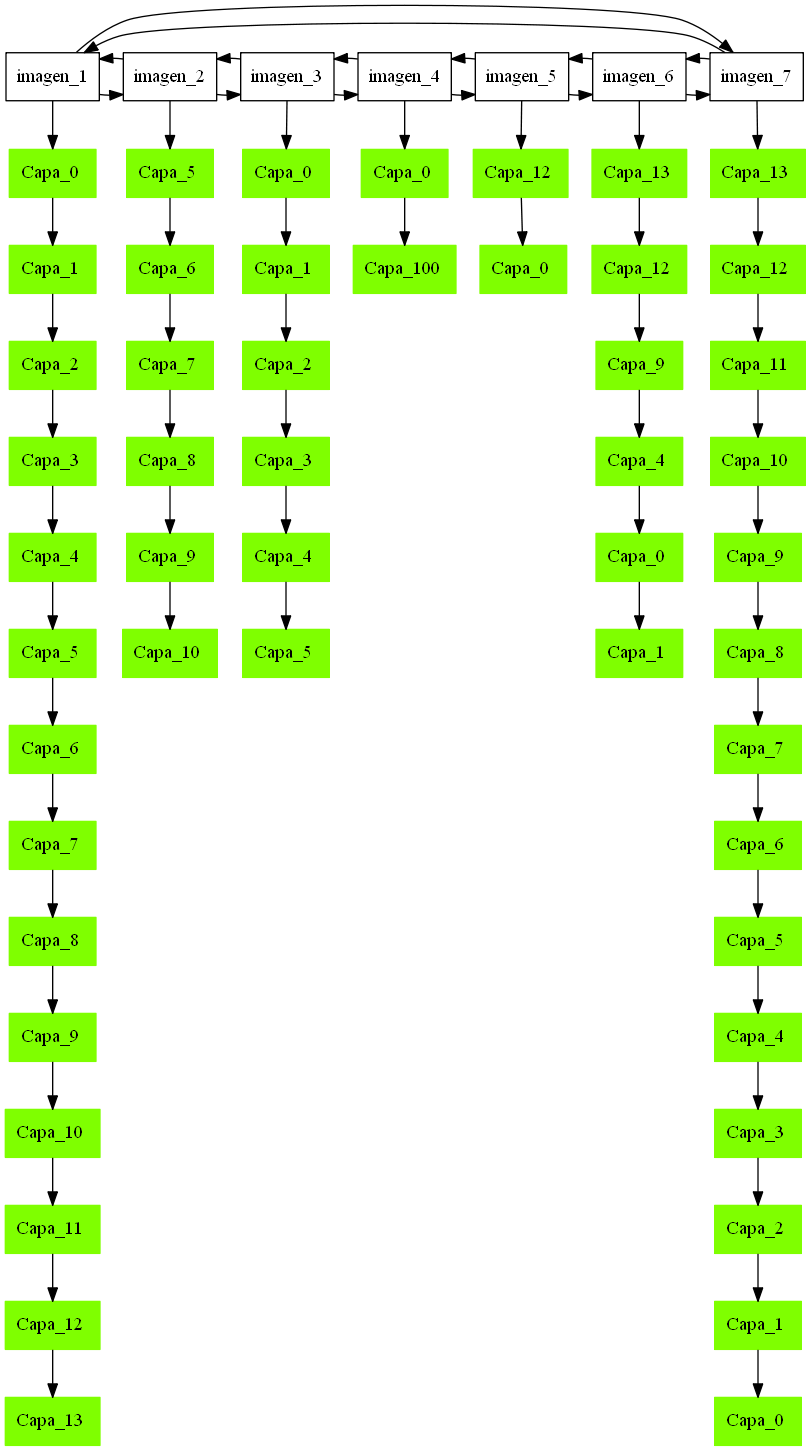
Earlier version of the Graphviz export [EDD]Proyecto1_201603127/Circular_Doble.png (Cascarus/-EDD-Proyecto1_201603127). Its source is kept beside it as [EDD]Proyecto1_201603127/Circular_doble.dot.
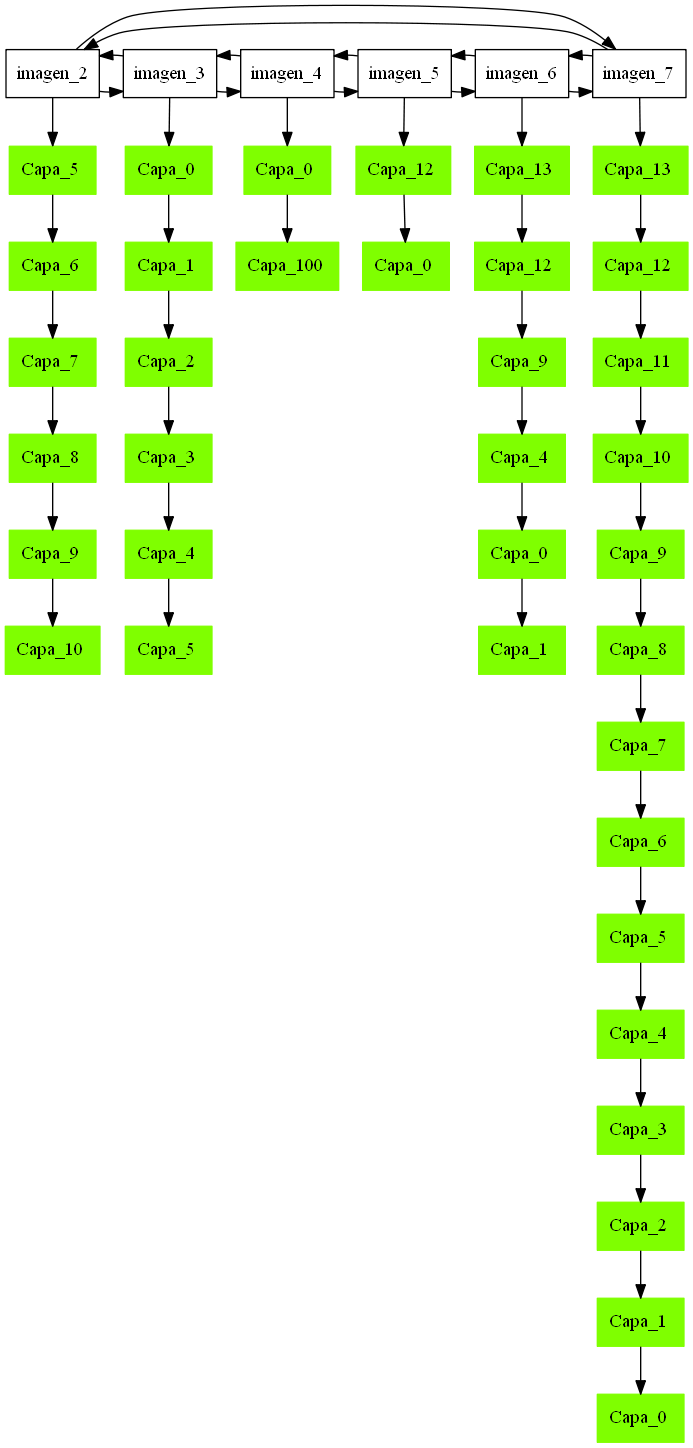
The same diagram one commit later.

Commit message:
Eliminaion de imagenes en usuarios y en la doble

The edit, as a diff of the source:
```diff
@@ -1,8 +1,5 @@
 digraph G {
 	node [shape=record,width=.9,height=.5];
-	Node1->Node2;
-	Node1->Node2[dir=back];
-	Node1->NodeCapa_0_1;
 	Node2->Node3;
 	Node2->Node3[dir=back];
 	Node2->NodeCapa_5_2;
@@ -18,11 +15,9 @@
 	Node6->Node7;
 	Node6->Node7[dir=back];
 	Node6->NodeCapa_13_6;
-	Node7->Node1;
-	Node7->Node1[dir=back];
+	Node7->Node2;
+	Node7->Node2[dir=back];
 	Node7->NodeCapa_13_7;
-
- 	Node1[label = "imagen_1"]
 
  	Node2[label = "imagen_2"]
 
@@ -35,33 +30,6 @@
  	Node6[label = "imagen_6"]
 
  	Node7[label = "imagen_7"]
-	NodeCapa_0_1->NodeCapa_1_1;
-	NodeCapa_0_1[shape=box,style=filled,color=chartreuse1  , label = "Capa_0 "]
-	NodeCapa_1_1->NodeCapa_2_1;
-	NodeCapa_1_1[shape=box,style=filled,color=chartreuse1  , label = "Capa_1 "]
-	NodeCapa_2_1->NodeCapa_3_1;
-	NodeCapa_2_1[shape=box,style=filled,color=chartreuse1  , label = "Capa_2 "]
-	NodeCapa_3_1->NodeCapa_4_1;
-	NodeCapa_3_1[shape=box,style=filled,color=chartreuse1  , label = "Capa_3 "]
-	NodeCapa_4_1->NodeCapa_5_1;
-	NodeCapa_4_1[shape=box,style=filled,color=chartreuse1  , label = "Capa_4 "]
-	NodeCapa_5_1->NodeCapa_6_1;
-	NodeCapa_5_1[shape=box,style=filled,color=chartreuse1  , label = "Capa_5 "]
-	NodeCapa_6_1->NodeCapa_7_1;
-	NodeCapa_6_1[shape=box,style=filled,color=chartreuse1  , label = "Capa_6 "]
-	NodeCapa_7_1->NodeCapa_8_1;
-	NodeCapa_7_1[shape=box,style=filled,color=chartreuse1  , label = "Capa_7 "]
-	NodeCapa_8_1->NodeCapa_9_1;
-	NodeCapa_8_1[shape=box,style=filled,color=chartreuse1  , label = "Capa_8 "]
-	NodeCapa_9_1->NodeCapa_10_1;
-	NodeCapa_9_1[shape=box,style=filled,color=chartreuse1  , label = "Capa_9 "]
-	NodeCapa_10_1->NodeCapa_11_1;
-	NodeCapa_10_1[shape=box,style=filled,color=chartreuse1  , label = "Capa_10 "]
-	NodeCapa_11_1->NodeCapa_12_1;
-	NodeCapa_11_1[shape=box,style=filled,color=chartreuse1  , label = "Capa_11 "]
-	NodeCapa_12_1->NodeCapa_13_1;
-	NodeCapa_12_1[shape=box,style=filled,color=chartreuse1  , label = "Capa_12 "]
-	NodeCapa_13_1[shape=box,style=filled,color=chartreuse1  , label = "Capa_13 "]
 	NodeCapa_5_2->NodeCapa_6_2;
 	NodeCapa_5_2[shape=box,style=filled,color=chartreuse1  , label = "Capa_5 "]
 	NodeCapa_6_2->NodeCapa_7_2;
@@ -128,5 +96,5 @@
 	NodeCapa_1_7->NodeCapa_0_7;
 	NodeCapa_1_7[shape=box,style=filled,color=chartreuse1  , label = "Capa_1 "]
 	NodeCapa_0_7[shape=box,style=filled,color=chartreuse1  , label = "Capa_0 "]
-{ rank = same; Node1,Node1,Node2,Node3,Node4,Node5,Node6,Node7};
+{ rank = same; Node2,Node2,Node3,Node4,Node5,Node6,Node7};
 }
```
